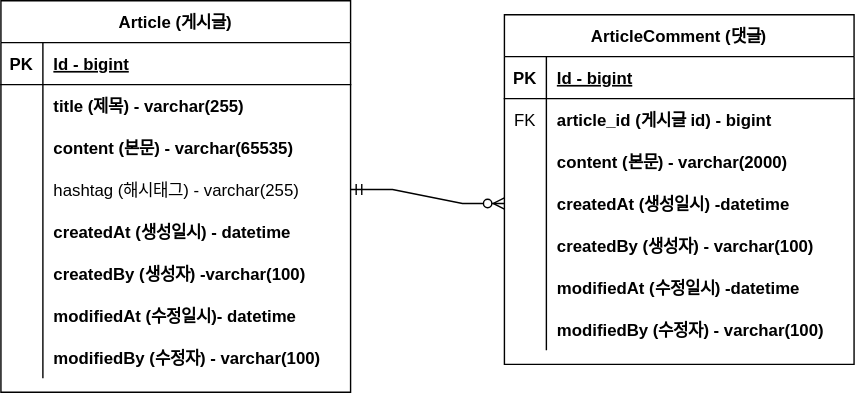
hw0603/cse-hackathon-2022 keeps this draw.io diagram as document/project-board-erd.svg. Above is the earlier version. Source tidied: cells renumbered, new cells last; positions are measured from the earlier drawing's top-left corner, leaving out a move shared by most shapes.
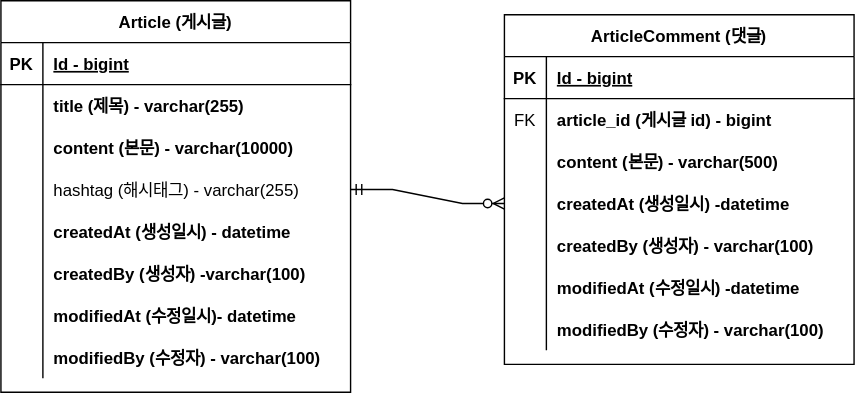
After the change.

Commit message:
#10 - erd 업데이트: content 사이즈 변경

The edit, as a diff of the source:
```diff
@@ -29,7 +29,7 @@
     <mxCell id="10" style="shape=partialRectangle;overflow=hidden;fillColor=none;top=0;left=0;bottom=0;right=0;" parent="9" vertex="1">
       <mxGeometry width="30" height="30" as="geometry" />
     </mxCell>
-    <mxCell id="11" value="content (본문) - varchar(65535)" style="shape=partialRectangle;overflow=hidden;fillColor=none;top=0;left=0;bottom=0;right=0;align=left;spacingLeft=6;fontStyle=1;" parent="9" vertex="1">
+    <mxCell id="11" value="content (본문) - varchar(10000)" style="shape=partialRectangle;overflow=hidden;fillColor=none;top=0;left=0;bottom=0;right=0;align=left;spacingLeft=6;fontStyle=1;" parent="9" vertex="1">
       <mxGeometry x="30" width="220" height="30" as="geometry" />
     </mxCell>
     <mxCell id="12" style="shape=partialRectangle;fillColor=none;points=[[0,0.5],[1,0.5]];portConstraint=eastwest;top=0;left=0;right=0;bottom=0;" parent="2" vertex="1">
@@ -104,7 +104,7 @@
     <mxCell id="35" style="shape=partialRectangle;overflow=hidden;fillColor=none;top=0;left=0;bottom=0;right=0;" parent="34" vertex="1">
       <mxGeometry width="30" height="30" as="geometry" />
     </mxCell>
-    <mxCell id="36" value="content (본문) - varchar(2000)" style="shape=partialRectangle;overflow=hidden;fillColor=none;top=0;left=0;bottom=0;right=0;align=left;spacingLeft=6;fontStyle=1;" parent="34" vertex="1">
+    <mxCell id="36" value="content (본문) - varchar(500)" style="shape=partialRectangle;overflow=hidden;fillColor=none;top=0;left=0;bottom=0;right=0;align=left;spacingLeft=6;fontStyle=1;" parent="34" vertex="1">
       <mxGeometry x="30" width="220" height="30" as="geometry" />
     </mxCell>
     <mxCell id="37" style="shape=partialRectangle;fillColor=none;points=[[0,0.5],[1,0.5]];portConstraint=eastwest;top=0;left=0;right=0;bottom=0;" parent="27" vertex="1">
```
